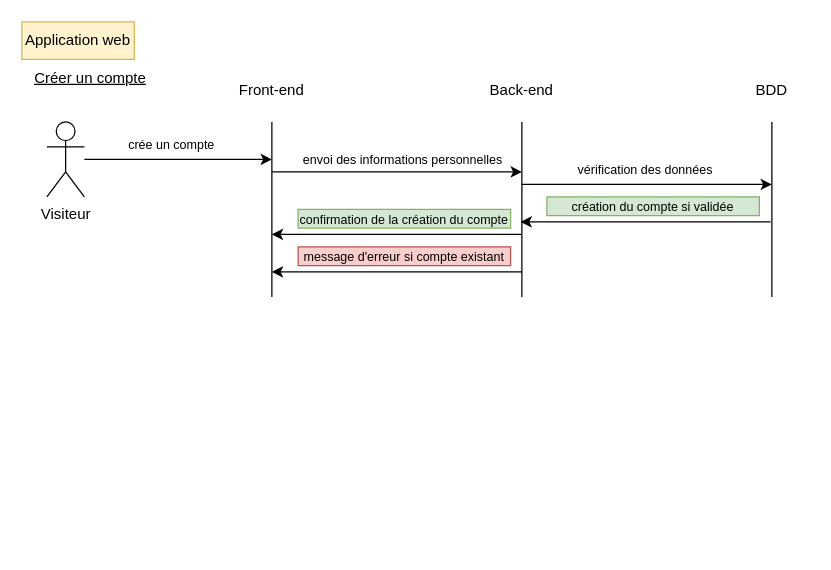
This is sequence_web.drawio from Thifanie/cinephoria, a draw.io file, before an edit. Source tidied: cells renumbered, new cells numbered last; positions are measured from the earlier drawing's top-left corner, leaving out a move shared by most shapes. Both pictures are drawn from the tidied source at 125%, with x=0, y=0 at pixel (21, 21).
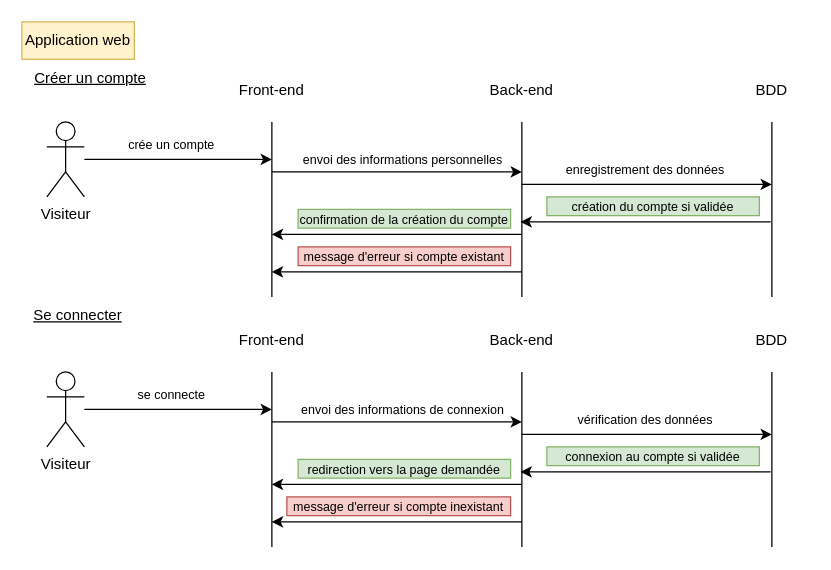
The same diagram, later.

Commit message (it also covers changes not shown here):
Mettre à jour sequence_web.drawio

Change to the diagram source:
```diff
@@
-    <mxCell id="16" value="vérification des données" style="text;html=1;align=center;verticalAlign=middle;whiteSpace=wrap;rounded=0;fontSize=10;" parent="1" vertex="1">
+    <mxCell id="16" value="enregistrement des données" style="text;html=1;align=center;verticalAlign=middle;whiteSpace=wrap;rounded=0;fontSize=10;" parent="1" vertex="1">
       <mxGeometry x="414" y="110" width="170" height="15" as="geometry" />
     </mxCell>
@@
+    <mxCell id="23" value="Se connecter" style="text;html=1;align=center;verticalAlign=middle;whiteSpace=wrap;rounded=0;fontStyle=4;" parent="1" vertex="1">
+      <mxGeometry y="220" width="90" height="30" as="geometry" />
+    </mxCell>
+    <mxCell id="24" style="edgeStyle=orthogonalEdgeStyle;rounded=0;jettySize=auto;html=1;" parent="1" edge="1" source="25">
+      <mxGeometry relative="1" as="geometry">
+        <mxPoint x="200" y="310" as="targetPoint" />
+      </mxGeometry>
+    </mxCell>
+    <mxCell id="25" value="Visiteur" style="shape=umlActor;verticalLabelPosition=bottom;verticalAlign=top;html=1;outlineConnect=0;" parent="1" vertex="1">
+      <mxGeometry x="20" y="280" width="30" height="60" as="geometry" />
+    </mxCell>
+    <mxCell id="26" style="endArrow=none;html=1;rounded=0;" parent="1" edge="1">
+      <mxGeometry relative="1" as="geometry">
+        <mxPoint x="200" y="420" as="sourcePoint" />
+        <mxPoint x="200" y="280" as="targetPoint" />
+      </mxGeometry>
+    </mxCell>
+    <mxCell id="27" style="endArrow=none;html=1;rounded=0;" parent="1" edge="1">
+      <mxGeometry relative="1" as="geometry">
+        <mxPoint x="400" y="420" as="sourcePoint" />
+        <mxPoint x="400" y="280" as="targetPoint" />
+      </mxGeometry>
+    </mxCell>
+    <mxCell id="28" style="endArrow=none;html=1;rounded=0;" parent="1" edge="1">
+      <mxGeometry relative="1" as="geometry">
+        <mxPoint x="600" y="420" as="sourcePoint" />
+        <mxPoint x="600" y="280" as="targetPoint" />
+      </mxGeometry>
+    </mxCell>
+    <mxCell id="29" value="Front-end" style="text;html=1;align=center;verticalAlign=middle;whiteSpace=wrap;rounded=0;" parent="1" vertex="1">
+      <mxGeometry x="170" y="240" width="60" height="30" as="geometry" />
+    </mxCell>
+    <mxCell id="30" value="Back-end" style="text;html=1;align=center;verticalAlign=middle;whiteSpace=wrap;rounded=0;" parent="1" vertex="1">
+      <mxGeometry x="370" y="240" width="60" height="30" as="geometry" />
+    </mxCell>
+    <mxCell id="31" value="BDD" style="text;html=1;align=center;verticalAlign=middle;whiteSpace=wrap;rounded=0;" parent="1" vertex="1">
+      <mxGeometry x="570" y="240" width="60" height="30" as="geometry" />
+    </mxCell>
+    <mxCell id="32" value="se connecte" style="text;html=1;align=center;verticalAlign=middle;whiteSpace=wrap;rounded=0;fontSize=10;" parent="1" vertex="1">
+      <mxGeometry x="70" y="292.5" width="100" height="10" as="geometry" />
+    </mxCell>
+    <mxCell id="33" style="endArrow=classic;html=1;rounded=0;" parent="1" edge="1">
+      <mxGeometry relative="1" as="geometry">
+        <mxPoint x="200" y="320" as="sourcePoint" />
+        <mxPoint x="400" y="320" as="targetPoint" />
+      </mxGeometry>
+    </mxCell>
+    <mxCell id="34" value="envoi des informations de connexion" style="text;html=1;align=center;verticalAlign=middle;whiteSpace=wrap;rounded=0;fontSize=10;" parent="1" vertex="1">
+      <mxGeometry x="220" y="302.5" width="170" height="15" as="geometry" />
+    </mxCell>
+    <mxCell id="35" style="endArrow=classic;html=1;rounded=0;" parent="1" edge="1">
+      <mxGeometry relative="1" as="geometry">
+        <mxPoint x="400" y="330" as="sourcePoint" />
+        <mxPoint x="600" y="330" as="targetPoint" />
+      </mxGeometry>
+    </mxCell>
+    <mxCell id="36" value="vérification des données" style="text;html=1;align=center;verticalAlign=middle;whiteSpace=wrap;rounded=0;fontSize=10;" parent="1" vertex="1">
+      <mxGeometry x="414" y="310" width="170" height="15" as="geometry" />
+    </mxCell>
+    <mxCell id="37" value="connexion au compte si validée" style="text;html=1;align=center;verticalAlign=middle;whiteSpace=wrap;rounded=0;fontSize=10;fillColor=#d5e8d4;strokeColor=#82b366;" parent="1" vertex="1">
+      <mxGeometry x="420" y="340" width="170" height="15" as="geometry" />
+    </mxCell>
+    <mxCell id="38" style="endArrow=classic;html=1;rounded=0;" parent="1" edge="1">
+      <mxGeometry relative="1" as="geometry">
+        <mxPoint x="599" y="360" as="sourcePoint" />
+        <mxPoint x="399" y="360" as="targetPoint" />
+      </mxGeometry>
+    </mxCell>
+    <mxCell id="39" value="redirection vers la page demandée" style="text;html=1;align=center;verticalAlign=middle;whiteSpace=wrap;rounded=0;fontSize=10;fillColor=#d5e8d4;strokeColor=#82b366;" parent="1" vertex="1">
+      <mxGeometry x="221" y="350" width="170" height="15" as="geometry" />
+    </mxCell>
+    <mxCell id="40" style="endArrow=classic;html=1;rounded=0;" parent="1" edge="1">
+      <mxGeometry relative="1" as="geometry">
+        <mxPoint x="400" y="370" as="sourcePoint" />
+        <mxPoint x="200" y="370" as="targetPoint" />
+      </mxGeometry>
+    </mxCell>
+    <mxCell id="41" value="message d'erreur si compte inexistant" style="text;html=1;align=center;verticalAlign=middle;whiteSpace=wrap;rounded=0;fontSize=10;fillColor=#f8cecc;strokeColor=#b85450;" parent="1" vertex="1">
+      <mxGeometry x="212" y="380" width="179" height="15" as="geometry" />
+    </mxCell>
+    <mxCell id="42" style="endArrow=classic;html=1;rounded=0;" parent="1" edge="1">
+      <mxGeometry relative="1" as="geometry">
+        <mxPoint x="400" y="400" as="sourcePoint" />
+        <mxPoint x="200" y="400" as="targetPoint" />
+      </mxGeometry>
+    </mxCell>
```
